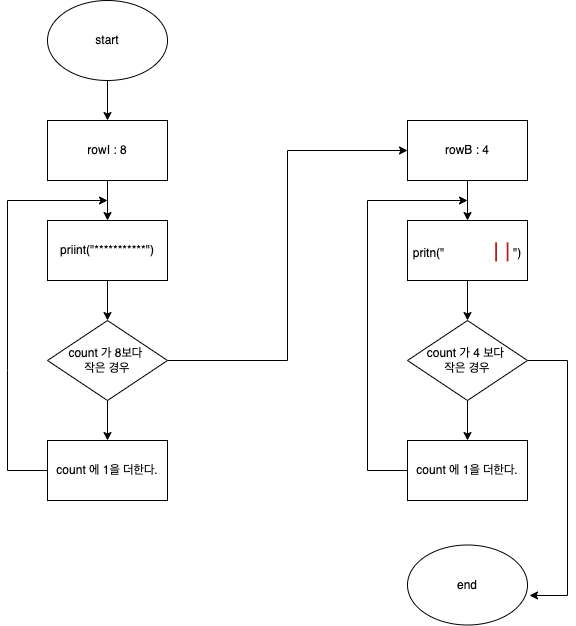
yagom-academy/swift-starter-Round1 keeps this draw.io diagram as flowchart.png. Above is the earlier version. Source tidied: cells renumbered, new cells last; positions are measured from the earlier drawing's top-left corner, leaving out a move shared by most shapes.
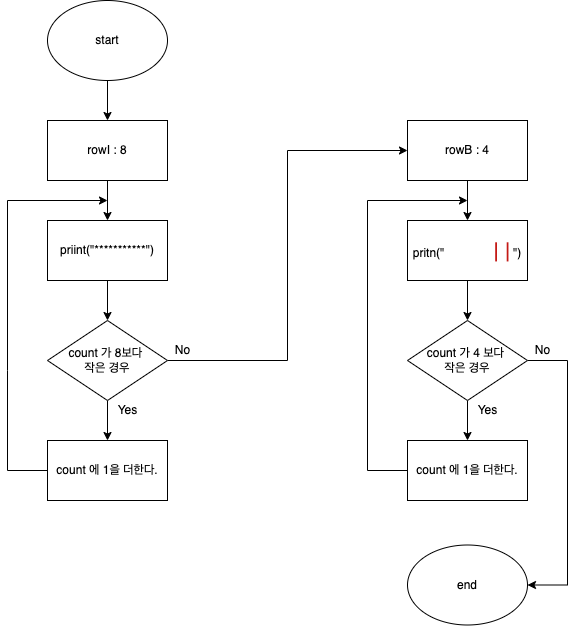
Above is the later version.

Diff of the diagram source:
```diff
@@ -57,11 +57,11 @@
     <mxCell id="17" style="edgeStyle=orthogonalEdgeStyle;rounded=0;jettySize=auto;html=1;entryX=0.5;entryY=0;entryDx=0;entryDy=0;" parent="1" edge="1" source="19" target="21">
       <mxGeometry relative="1" as="geometry" />
     </mxCell>
-    <mxCell id="18" style="edgeStyle=orthogonalEdgeStyle;rounded=0;jettySize=auto;html=1;entryX=1.017;entryY=0.631;entryDx=0;entryDy=0;entryPerimeter=0;" parent="1" edge="1" source="19" target="22">
+    <mxCell id="18" style="edgeStyle=orthogonalEdgeStyle;rounded=0;jettySize=auto;html=1;entryX=1;entryY=0.5;entryDx=0;entryDy=0;" parent="1" edge="1" source="19" target="22">
       <mxGeometry relative="1" as="geometry">
         <Array as="points">
           <mxPoint x="560" y="360" />
-          <mxPoint x="560" y="595" />
+          <mxPoint x="560" y="585" />
         </Array>
       </mxGeometry>
     </mxCell>
@@ -82,5 +82,17 @@
     <mxCell id="22" value="end" style="ellipse;whiteSpace=wrap;html=1;" parent="1" vertex="1">
       <mxGeometry x="400" y="544.5" width="120" height="80" as="geometry" />
     </mxCell>
+    <mxCell id="23" value="No" style="text;html=1;align=center;verticalAlign=middle;strokeColor=none;fillColor=none;" parent="1" vertex="1">
+      <mxGeometry x="160" y="340" width="30" height="20" as="geometry" />
+    </mxCell>
+    <mxCell id="24" value="Yes" style="text;html=1;align=center;verticalAlign=middle;strokeColor=none;fillColor=none;" parent="1" vertex="1">
+      <mxGeometry x="100" y="400" width="40" height="20" as="geometry" />
+    </mxCell>
+    <mxCell id="25" value="Yes" style="text;html=1;align=center;verticalAlign=middle;strokeColor=none;fillColor=none;" parent="1" vertex="1">
+      <mxGeometry x="460" y="400" width="40" height="20" as="geometry" />
+    </mxCell>
+    <mxCell id="26" value="No" style="text;html=1;align=center;verticalAlign=middle;strokeColor=none;fillColor=none;" parent="1" vertex="1">
+      <mxGeometry x="520" y="340" width="30" height="20" as="geometry" />
+    </mxCell>
   </root>
 </mxGraphModel>
```
